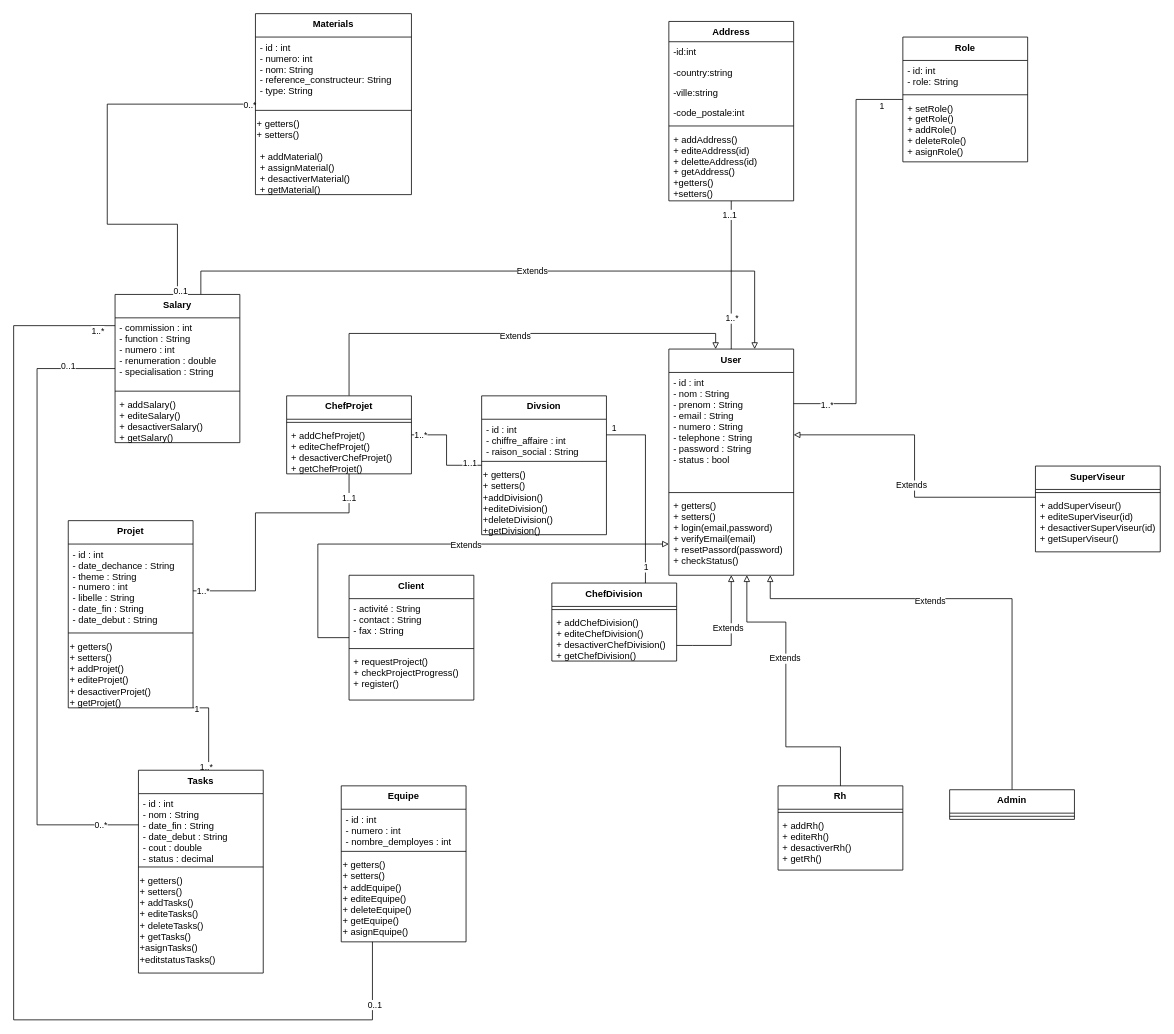
Earlier version of the draw.io diagram Diagram de class.drawio (ZroudAbdelilah/Intelcia_Group). Source tidied: cells renumbered, new cells numbered last; positions are measured from the earlier drawing's top-left corner, leaving out a move shared by most shapes. Both pictures are drawn from the tidied source at 78%, with x=0, y=0 at pixel (13, 13).
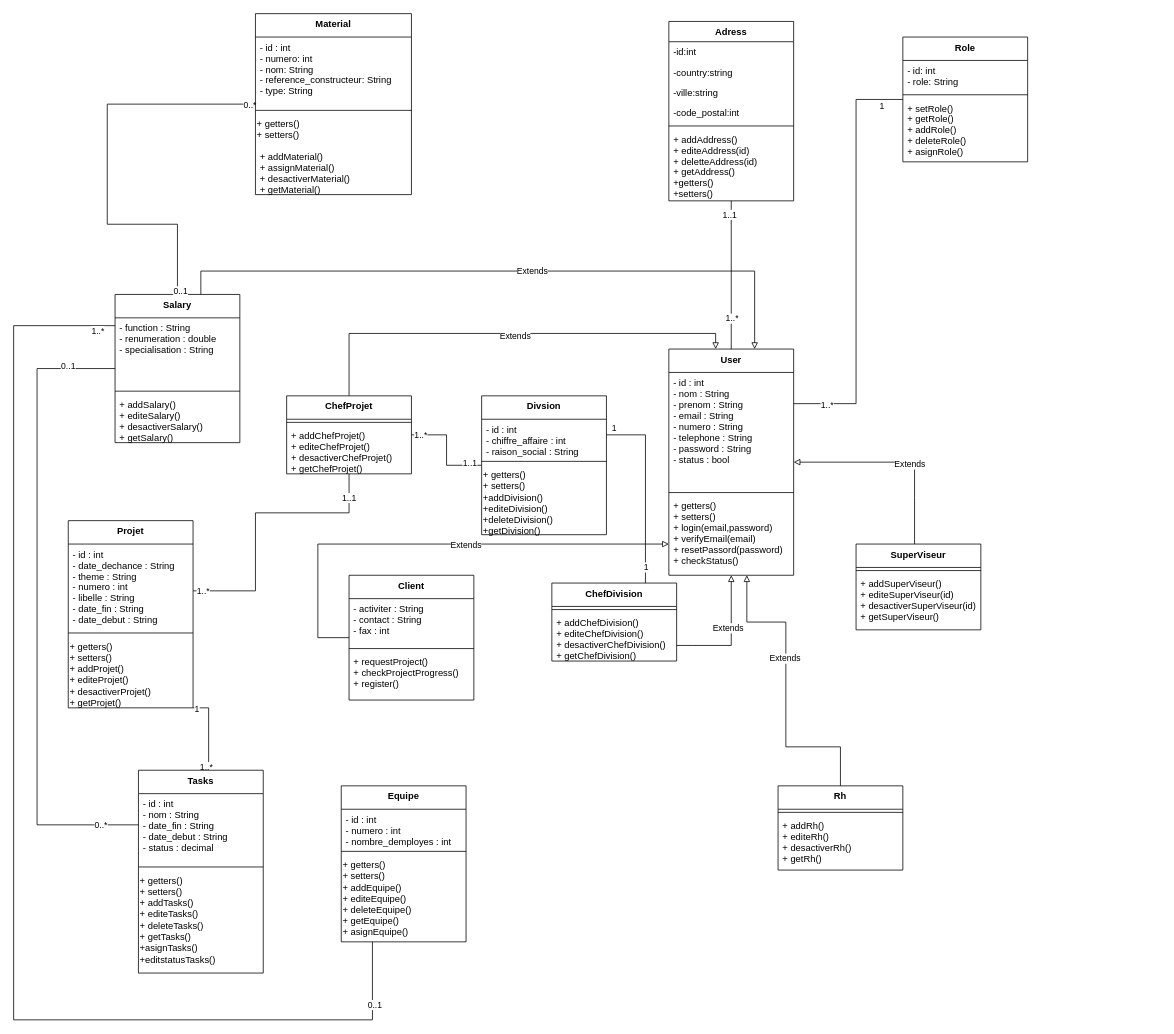
After the change.

Commit message:
diagramme class

Unchanged cells that the change refers to:
```xml
<mxCell id="4" value="Salary" style="swimlane;fontStyle=1;align=center;verticalAlign=top;horizontal=1;startSize=30;" parent="1" vertex="1">
  <mxGeometry x="130" y="360" width="160" height="190" as="geometry" />
</mxCell>
<mxCell id="10" value="Client" style="swimlane;fontStyle=1;align=center;verticalAlign=top;horizontal=1;startSize=30;" parent="1" vertex="1">
  <mxGeometry x="430" y="720" width="160" height="160" as="geometry" />
</mxCell>
<mxCell id="40" value="Tasks" style="swimlane;fontStyle=1;align=center;verticalAlign=top;horizontal=1;startSize=30;" parent="1" vertex="1">
  <mxGeometry x="160" y="970" width="160" height="260" as="geometry" />
</mxCell>
<mxCell id="58" value="User" style="swimlane;fontStyle=1;align=center;verticalAlign=top;horizontal=1;startSize=30;" parent="1" vertex="1">
  <mxGeometry x="840" y="430" width="160" height="290" as="geometry" />
</mxCell>
```

What changed in the source:
```diff
@@
-    <mxCell id="5" value="- commission : int&#10;- function : String&#10;- numero : int&#10;- renumeration : double&#10;- specialisation : String&#10;" style="text;strokeColor=none;fillColor=none;align=left;verticalAlign=top;spacingLeft=4;spacingRight=4;overflow=hidden;" parent="4" vertex="1">
+    <mxCell id="5" value="- function : String&#10;- renumeration : double&#10;- specialisation : String&#10;" style="text;strokeColor=none;fillColor=none;align=left;verticalAlign=top;spacingLeft=4;spacingRight=4;overflow=hidden;" parent="4" vertex="1">
       <mxGeometry y="30" width="160" height="90" as="geometry" />
     </mxCell>
@@
-    <mxCell id="11" value="- activité : String&#10;- contact : String&#10;- fax : String" style="text;strokeColor=none;fillColor=none;align=left;verticalAlign=top;spacingLeft=4;spacingRight=4;overflow=hidden;" parent="10" vertex="1">
+    <mxCell id="11" value="- activiter : String&#10;- contact : String&#10;- fax : int" style="text;strokeColor=none;fillColor=none;align=left;verticalAlign=top;spacingLeft=4;spacingRight=4;overflow=hidden;" parent="10" vertex="1">
       <mxGeometry y="30" width="160" height="60" as="geometry" />
     </mxCell>
@@
-    <mxCell id="29" value="Materials" style="swimlane;fontStyle=1;align=center;verticalAlign=top;horizontal=1;startSize=30;" parent="1" vertex="1">
+    <mxCell id="29" value="Material" style="swimlane;fontStyle=1;align=center;verticalAlign=top;horizontal=1;startSize=30;" parent="1" vertex="1">
       <mxGeometry x="310" width="200" height="232" as="geometry" />
     </mxCell>
@@
-    <mxCell id="41" value="- id : int&#10;- nom : String&#10;- date_fin : String&#10;- date_debut : String&#10;- cout : double&#10;- status : decimal" style="text;strokeColor=none;fillColor=none;align=left;verticalAlign=top;spacingLeft=4;spacingRight=4;overflow=hidden;" parent="40" vertex="1">
+    <mxCell id="41" value="- id : int&#10;- nom : String&#10;- date_fin : String&#10;- date_debut : String&#10;- status : decimal" style="text;strokeColor=none;fillColor=none;align=left;verticalAlign=top;spacingLeft=4;spacingRight=4;overflow=hidden;" parent="40" vertex="1">
       <mxGeometry y="30" width="160" height="90" as="geometry" />
     </mxCell>
@@
-    <mxCell id="59" value="- id : int&#10;- nom : String&#10;- prenom : String&#10;- email : String&#10;- numero : String&#10;- telephone : String&#10;- password : String&#10;- status : bool" style="text;strokeColor=none;fillColor=none;align=left;verticalAlign=top;spacingLeft=4;spacingRight=4;overflow=hidden;points=[[0,0.5],[1,0.5]];portConstraint=eastwest;" parent="58" vertex="1">
+    <mxCell id="59" value="- id : int&#10;- nom : String&#10;- prenom : String&#10;- email : String&#10;- numero : String&#10;- telephone : String&#10;- password : String&#10;- status : bool&#10;" style="text;strokeColor=none;fillColor=none;align=left;verticalAlign=top;spacingLeft=4;spacingRight=4;overflow=hidden;points=[[0,0.5],[1,0.5]];portConstraint=eastwest;" parent="58" vertex="1">
       <mxGeometry y="30" width="160" height="150" as="geometry" />
     </mxCell>
@@
-    <mxCell id="65" style="edgeStyle=orthogonalEdgeStyle;rounded=0;jettySize=auto;html=1;endArrow=block;endFill=0;" parent="1" edge="1" source="67" target="58">
-      <mxGeometry relative="1" as="geometry">
-        <Array as="points">
-          <mxPoint x="1280" y="750" />
-          <mxPoint x="970" y="750" />
-        </Array>
-      </mxGeometry>
-    </mxCell>
-    <mxCell id="66" value="Extends" style="edgeLabel;html=1;align=center;verticalAlign=middle;" parent="65" vertex="1">
-      <mxGeometry x="0.2" y="2" relative="1" as="geometry" />
-    </mxCell>
-    <mxCell id="67" value="Admin" style="swimlane;fontStyle=1;align=center;verticalAlign=top;horizontal=1;startSize=30;" parent="1" vertex="1">
-      <mxGeometry x="1200" y="995" width="160" height="38" as="geometry" />
-    </mxCell>
-    <mxCell id="68" style="line;strokeWidth=1;fillColor=none;align=left;verticalAlign=middle;spacingTop=-1;spacingLeft=3;spacingRight=3;labelPosition=right;" parent="67" vertex="1">
-      <mxGeometry y="30" width="160" height="8" as="geometry" />
-    </mxCell>
@@
     <mxCell id="71" value="SuperViseur" style="swimlane;fontStyle=1;align=center;verticalAlign=top;horizontal=1;startSize=30;" parent="1" vertex="1">
-      <mxGeometry x="1310" y="580" width="160" height="110" as="geometry" />
+      <mxGeometry x="1080" y="680" width="160" height="110" as="geometry" />
     </mxCell>
@@
-    <mxCell id="89" value="Address" style="swimlane;fontStyle=1;align=center;verticalAlign=top;horizontal=1;startSize=26;" parent="1" vertex="1">
+    <mxCell id="89" value="Adress" style="swimlane;fontStyle=1;align=center;verticalAlign=top;horizontal=1;startSize=26;" parent="1" vertex="1">
       <mxGeometry x="840" y="10" width="160" height="230" as="geometry" />
     </mxCell>
@@
-    <mxCell id="93" value="-code_postale:int" style="text;strokeColor=none;fillColor=none;align=left;verticalAlign=top;spacingLeft=4;spacingRight=4;overflow=hidden;" parent="89" vertex="1">
+    <mxCell id="93" value="-code_postal:int" style="text;strokeColor=none;fillColor=none;align=left;verticalAlign=top;spacingLeft=4;spacingRight=4;overflow=hidden;" parent="89" vertex="1">
       <mxGeometry y="104" width="160" height="26" as="geometry" />
     </mxCell>
```
